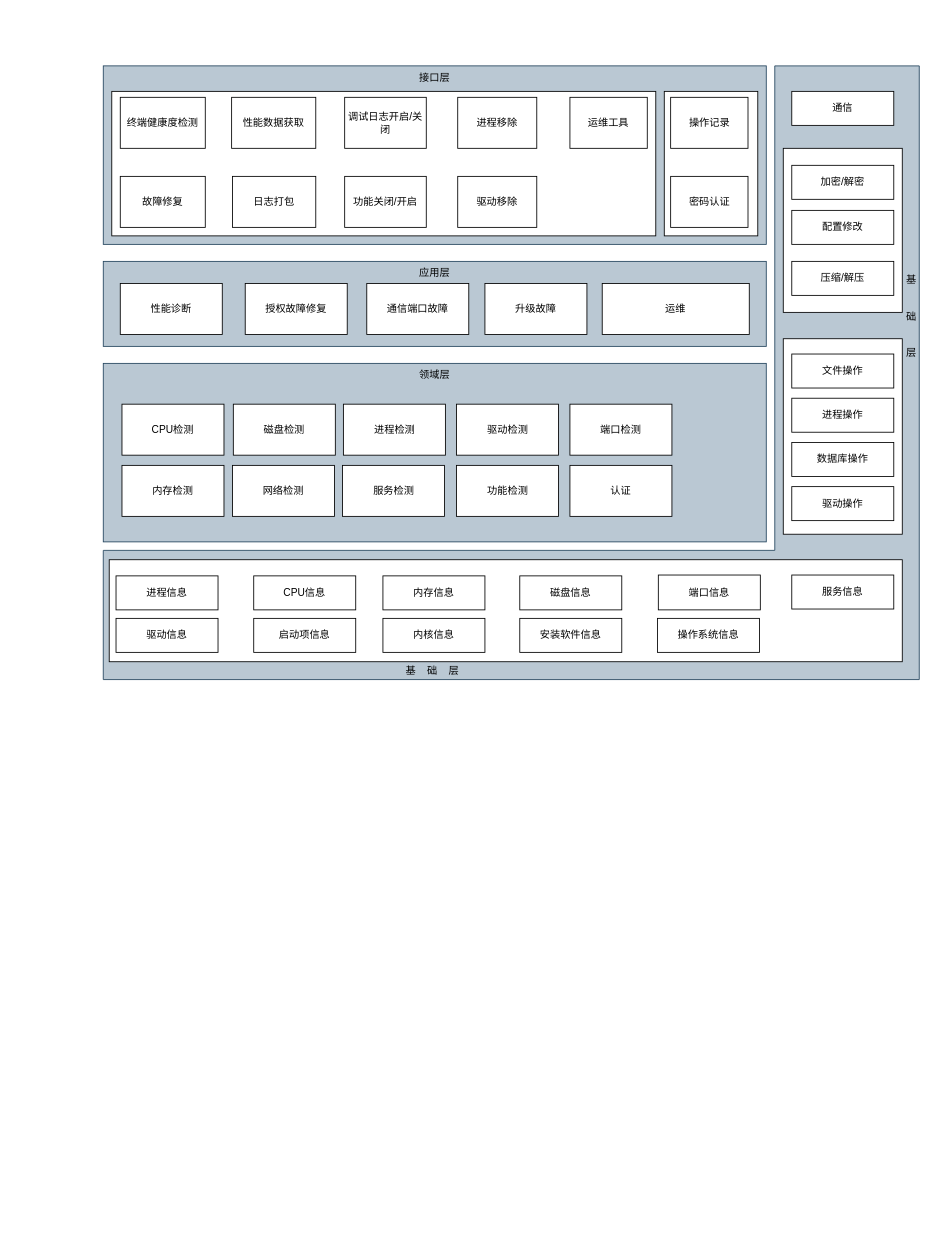
Above: 未命名绘图.drawio in KoterRomanov/UML (draw.io), before the change. Source tidied: cells renumbered, new cells numbered last; positions are measured from the earlier drawing's top-left corner, leaving out a move shared by most shapes. Both pictures are drawn from the tidied source at 85%, with x=0, y=0 at pixel (103, 65).
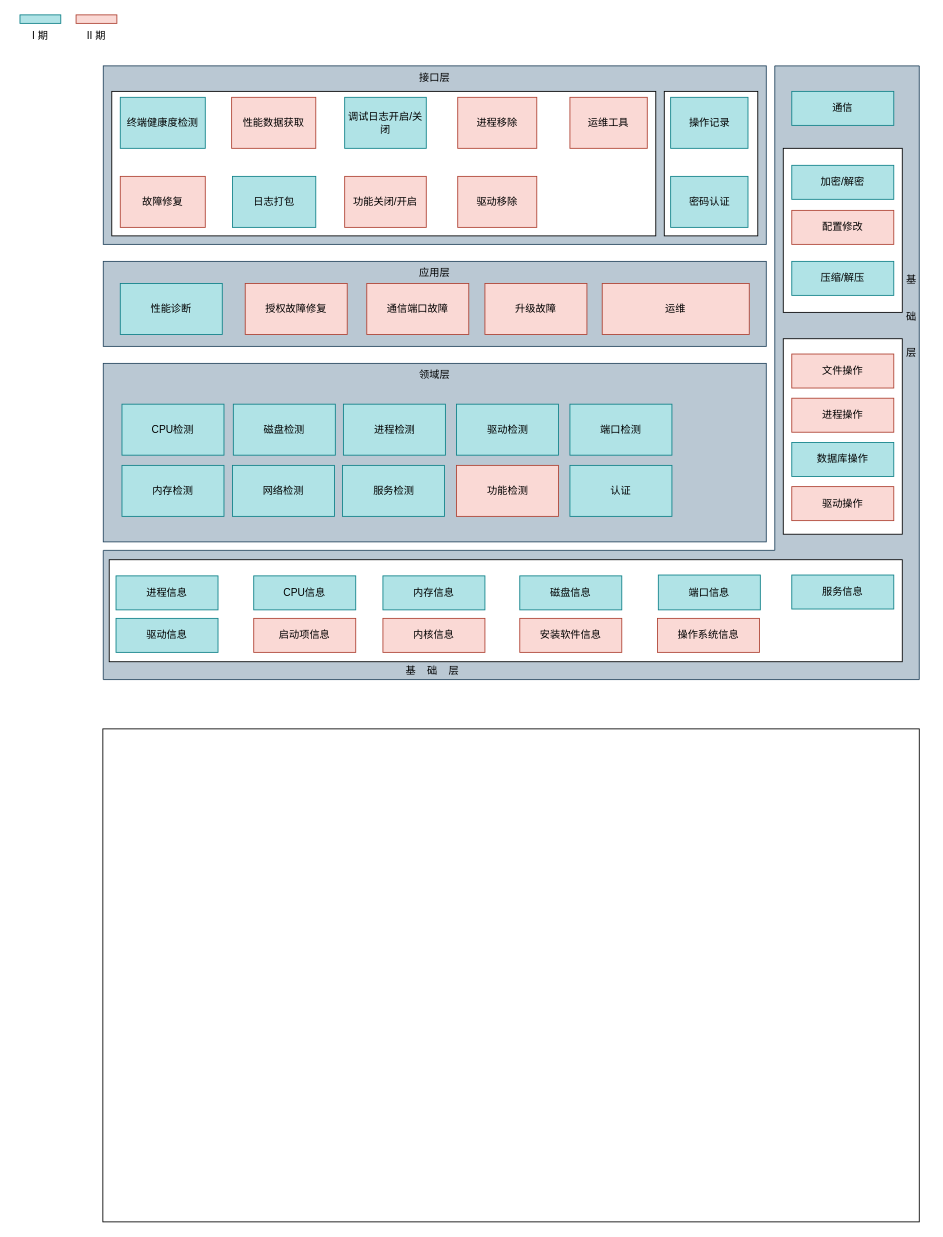
Above is the later version.

Commit message:
更新未命名绘图.drawio

The edit, as a diff of the source:
```diff
@@
-    <mxCell id="9" value="进程信息" style="rounded=0;whiteSpace=wrap;html=1;" parent="1" vertex="1">
+    <mxCell id="9" value="进程信息" style="rounded=0;whiteSpace=wrap;html=1;fillColor=#b0e3e6;strokeColor=#0e8088;" parent="1" vertex="1">
       <mxGeometry x="15" y="600" width="120" height="40" as="geometry" />
     </mxCell>
-    <mxCell id="10" value="CPU信息" style="rounded=0;whiteSpace=wrap;html=1;" parent="1" vertex="1">
+    <mxCell id="10" value="CPU信息" style="rounded=0;whiteSpace=wrap;html=1;fillColor=#b0e3e6;strokeColor=#0e8088;" parent="1" vertex="1">
       <mxGeometry x="177" y="600" width="120" height="40" as="geometry" />
     </mxCell>
-    <mxCell id="11" value="内存信息" style="rounded=0;whiteSpace=wrap;html=1;" parent="1" vertex="1">
+    <mxCell id="11" value="内存信息" style="rounded=0;whiteSpace=wrap;html=1;fillColor=#b0e3e6;strokeColor=#0e8088;" parent="1" vertex="1">
       <mxGeometry x="329" y="600" width="120" height="40" as="geometry" />
     </mxCell>
-    <mxCell id="12" value="磁盘信息" style="rounded=0;whiteSpace=wrap;html=1;" parent="1" vertex="1">
+    <mxCell id="12" value="磁盘信息" style="rounded=0;whiteSpace=wrap;html=1;fillColor=#b0e3e6;strokeColor=#0e8088;" parent="1" vertex="1">
       <mxGeometry x="490" y="600" width="120" height="40" as="geometry" />
     </mxCell>
-    <mxCell id="13" value="端口信息" style="rounded=0;whiteSpace=wrap;html=1;" parent="1" vertex="1">
+    <mxCell id="13" value="端口信息" style="rounded=0;whiteSpace=wrap;html=1;fillColor=#b0e3e6;strokeColor=#0e8088;" parent="1" vertex="1">
       <mxGeometry x="653" y="599" width="120" height="41" as="geometry" />
     </mxCell>
-    <mxCell id="14" value="驱动信息" style="rounded=0;whiteSpace=wrap;html=1;" parent="1" vertex="1">
+    <mxCell id="14" value="驱动信息" style="rounded=0;whiteSpace=wrap;html=1;fillColor=#b0e3e6;strokeColor=#0e8088;" parent="1" vertex="1">
       <mxGeometry x="15" y="650" width="120" height="40" as="geometry" />
     </mxCell>
-    <mxCell id="15" value="启动项信息" style="rounded=0;whiteSpace=wrap;html=1;" parent="1" vertex="1">
+    <mxCell id="15" value="启动项信息" style="rounded=0;whiteSpace=wrap;html=1;fillColor=#fad9d5;strokeColor=#ae4132;" parent="1" vertex="1">
       <mxGeometry x="177" y="650" width="120" height="40" as="geometry" />
     </mxCell>
-    <mxCell id="16" value="内核信息" style="rounded=0;whiteSpace=wrap;html=1;" parent="1" vertex="1">
+    <mxCell id="16" value="内核信息" style="rounded=0;whiteSpace=wrap;html=1;fillColor=#fad9d5;strokeColor=#ae4132;" parent="1" vertex="1">
       <mxGeometry x="329" y="650" width="120" height="40" as="geometry" />
     </mxCell>
-    <mxCell id="17" value="安装软件信息" style="rounded=0;whiteSpace=wrap;html=1;" parent="1" vertex="1">
+    <mxCell id="17" value="安装软件信息" style="rounded=0;whiteSpace=wrap;html=1;fillColor=#fad9d5;strokeColor=#ae4132;" parent="1" vertex="1">
       <mxGeometry x="490" y="650" width="120" height="40" as="geometry" />
     </mxCell>
@@
-    <mxCell id="19" value="操作系统信息" style="rounded=0;whiteSpace=wrap;html=1;" parent="1" vertex="1">
+    <mxCell id="19" value="操作系统信息" style="rounded=0;whiteSpace=wrap;html=1;fillColor=#fad9d5;strokeColor=#ae4132;" parent="1" vertex="1">
       <mxGeometry x="652" y="650" width="120" height="40" as="geometry" />
     </mxCell>
-    <mxCell id="20" value="压缩/解压" style="rounded=0;whiteSpace=wrap;html=1;" parent="1" vertex="1">
+    <mxCell id="20" value="压缩/解压" style="rounded=0;whiteSpace=wrap;html=1;fillColor=#b0e3e6;strokeColor=#0e8088;" parent="1" vertex="1">
       <mxGeometry x="810" y="230" width="120" height="40" as="geometry" />
     </mxCell>
@@
-    <mxCell id="22" value="服务信息" style="rounded=0;whiteSpace=wrap;html=1;" parent="1" vertex="1">
+    <mxCell id="22" value="服务信息" style="rounded=0;whiteSpace=wrap;html=1;fillColor=#b0e3e6;strokeColor=#0e8088;" parent="1" vertex="1">
       <mxGeometry x="810" y="599" width="120" height="40" as="geometry" />
     </mxCell>
-    <mxCell id="23" value="进程操作" style="rounded=0;whiteSpace=wrap;html=1;" parent="1" vertex="1">
+    <mxCell id="23" value="进程操作" style="rounded=0;whiteSpace=wrap;html=1;fillColor=#fad9d5;strokeColor=#ae4132;" parent="1" vertex="1">
       <mxGeometry x="810" y="391" width="120" height="40" as="geometry" />
     </mxCell>
-    <mxCell id="24" value="配置修改" style="rounded=0;whiteSpace=wrap;html=1;" parent="1" vertex="1">
+    <mxCell id="24" value="配置修改" style="rounded=0;whiteSpace=wrap;html=1;fillColor=#fad9d5;strokeColor=#ae4132;" parent="1" vertex="1">
       <mxGeometry x="810" y="170" width="120" height="40" as="geometry" />
     </mxCell>
-    <mxCell id="25" value="驱动操作" style="rounded=0;whiteSpace=wrap;html=1;" parent="1" vertex="1">
+    <mxCell id="25" value="驱动操作" style="rounded=0;whiteSpace=wrap;html=1;fillColor=#fad9d5;strokeColor=#ae4132;" parent="1" vertex="1">
       <mxGeometry x="810" y="495" width="120" height="40" as="geometry" />
     </mxCell>
-    <mxCell id="26" value="数据库操作" style="rounded=0;whiteSpace=wrap;html=1;" parent="1" vertex="1">
+    <mxCell id="26" value="数据库操作" style="rounded=0;whiteSpace=wrap;html=1;fillColor=#b0e3e6;strokeColor=#0e8088;" parent="1" vertex="1">
       <mxGeometry x="810" y="443" width="120" height="40" as="geometry" />
     </mxCell>
-    <mxCell id="27" value="加密/解密" style="rounded=0;whiteSpace=wrap;html=1;" parent="1" vertex="1">
+    <mxCell id="27" value="加密/解密" style="rounded=0;whiteSpace=wrap;html=1;fillColor=#b0e3e6;strokeColor=#0e8088;" parent="1" vertex="1">
       <mxGeometry x="810" y="117" width="120" height="40" as="geometry" />
     </mxCell>
-    <mxCell id="28" value="文件操作" style="rounded=0;whiteSpace=wrap;html=1;" parent="1" vertex="1">
+    <mxCell id="28" value="文件操作" style="rounded=0;whiteSpace=wrap;html=1;fillColor=#fad9d5;strokeColor=#ae4132;" parent="1" vertex="1">
       <mxGeometry x="810" y="339" width="120" height="40" as="geometry" />
     </mxCell>
-    <mxCell id="29" value="通信" style="rounded=0;whiteSpace=wrap;html=1;" parent="1" vertex="1">
+    <mxCell id="29" value="通信" style="rounded=0;whiteSpace=wrap;html=1;fillColor=#b0e3e6;strokeColor=#0e8088;" parent="1" vertex="1">
       <mxGeometry x="810" y="30" width="120" height="40" as="geometry" />
     </mxCell>
@@
-    <mxCell id="31" value="终端健康度检测" style="rounded=0;whiteSpace=wrap;html=1;" parent="1" vertex="1">
+    <mxCell id="31" value="终端健康度检测" style="rounded=0;whiteSpace=wrap;html=1;fillColor=#b0e3e6;strokeColor=#0e8088;" parent="1" vertex="1">
       <mxGeometry x="20" y="37" width="100" height="60" as="geometry" />
     </mxCell>
-    <mxCell id="32" value="故障修复" style="rounded=0;whiteSpace=wrap;html=1;" parent="1" vertex="1">
+    <mxCell id="32" value="故障修复" style="rounded=0;whiteSpace=wrap;html=1;fillColor=#fad9d5;strokeColor=#ae4132;" parent="1" vertex="1">
       <mxGeometry x="20" y="130" width="100" height="60" as="geometry" />
     </mxCell>
-    <mxCell id="33" value="性能数据获取" style="rounded=0;whiteSpace=wrap;html=1;" parent="1" vertex="1">
+    <mxCell id="33" value="性能数据获取" style="rounded=0;whiteSpace=wrap;html=1;fillColor=#fad9d5;strokeColor=#ae4132;" parent="1" vertex="1">
       <mxGeometry x="151" y="37" width="99" height="60" as="geometry" />
     </mxCell>
-    <mxCell id="34" value="日志打包" style="rounded=0;whiteSpace=wrap;html=1;" parent="1" vertex="1">
+    <mxCell id="34" value="日志打包" style="rounded=0;whiteSpace=wrap;html=1;fillColor=#b0e3e6;strokeColor=#0e8088;" parent="1" vertex="1">
       <mxGeometry x="152" y="130" width="98" height="60" as="geometry" />
     </mxCell>
-    <mxCell id="35" value="调试日志开启/关闭" style="rounded=0;whiteSpace=wrap;html=1;" parent="1" vertex="1">
+    <mxCell id="35" value="调试日志开启/关闭" style="rounded=0;whiteSpace=wrap;html=1;fillColor=#b0e3e6;strokeColor=#0e8088;" parent="1" vertex="1">
       <mxGeometry x="284" y="37" width="96" height="60" as="geometry" />
     </mxCell>
-    <mxCell id="36" value="功能关闭/开启" style="rounded=0;whiteSpace=wrap;html=1;" parent="1" vertex="1">
+    <mxCell id="36" value="功能关闭/开启" style="rounded=0;whiteSpace=wrap;html=1;fillColor=#fad9d5;strokeColor=#ae4132;" parent="1" vertex="1">
       <mxGeometry x="284" y="130" width="96" height="60" as="geometry" />
     </mxCell>
-    <mxCell id="37" value="进程移除" style="rounded=0;whiteSpace=wrap;html=1;" parent="1" vertex="1">
+    <mxCell id="37" value="进程移除" style="rounded=0;whiteSpace=wrap;html=1;fillColor=#fad9d5;strokeColor=#ae4132;" parent="1" vertex="1">
       <mxGeometry x="417" y="37" width="93" height="60" as="geometry" />
     </mxCell>
-    <mxCell id="38" value="驱动移除" style="rounded=0;whiteSpace=wrap;html=1;" parent="1" vertex="1">
+    <mxCell id="38" value="驱动移除" style="rounded=0;whiteSpace=wrap;html=1;fillColor=#fad9d5;strokeColor=#ae4132;" parent="1" vertex="1">
       <mxGeometry x="417" y="130" width="93" height="60" as="geometry" />
     </mxCell>
@@
-    <mxCell id="40" value="运维工具" style="rounded=0;whiteSpace=wrap;html=1;" parent="1" vertex="1">
+    <mxCell id="40" value="运维工具" style="rounded=0;whiteSpace=wrap;html=1;fillColor=#fad9d5;strokeColor=#ae4132;" parent="1" vertex="1">
       <mxGeometry x="549" y="37" width="91" height="60" as="geometry" />
     </mxCell>
-    <mxCell id="41" value="密码认证" style="rounded=0;whiteSpace=wrap;html=1;" parent="1" vertex="1">
+    <mxCell id="41" value="密码认证" style="rounded=0;whiteSpace=wrap;html=1;fillColor=#b0e3e6;strokeColor=#0e8088;" parent="1" vertex="1">
       <mxGeometry x="667.5" y="130" width="91" height="60" as="geometry" />
     </mxCell>
-    <mxCell id="42" value="操作记录" style="rounded=0;whiteSpace=wrap;html=1;" parent="1" vertex="1">
+    <mxCell id="42" value="操作记录" style="rounded=0;whiteSpace=wrap;html=1;fillColor=#b0e3e6;strokeColor=#0e8088;" parent="1" vertex="1">
       <mxGeometry x="667.5" y="37" width="91" height="60" as="geometry" />
     </mxCell>
-    <mxCell id="43" value="性能诊断" style="rounded=0;whiteSpace=wrap;html=1;" parent="1" vertex="1">
+    <mxCell id="43" value="性能诊断" style="rounded=0;whiteSpace=wrap;html=1;fillColor=#b0e3e6;strokeColor=#0e8088;" parent="1" vertex="1">
       <mxGeometry x="20" y="256" width="120" height="60" as="geometry" />
     </mxCell>
-    <mxCell id="44" value="CPU检测" style="rounded=0;whiteSpace=wrap;html=1;" parent="1" vertex="1">
+    <mxCell id="44" value="CPU检测" style="rounded=0;whiteSpace=wrap;html=1;fillColor=#b0e3e6;strokeColor=#0e8088;" parent="1" vertex="1">
       <mxGeometry x="22" y="398" width="120" height="60" as="geometry" />
     </mxCell>
-    <mxCell id="45" value="内存检测" style="rounded=0;whiteSpace=wrap;html=1;" parent="1" vertex="1">
+    <mxCell id="45" value="内存检测" style="rounded=0;whiteSpace=wrap;html=1;fillColor=#b0e3e6;strokeColor=#0e8088;" parent="1" vertex="1">
       <mxGeometry x="22" y="470" width="120" height="60" as="geometry" />
     </mxCell>
-    <mxCell id="46" value="磁盘检测" style="rounded=0;whiteSpace=wrap;html=1;" parent="1" vertex="1">
+    <mxCell id="46" value="磁盘检测" style="rounded=0;whiteSpace=wrap;html=1;fillColor=#b0e3e6;strokeColor=#0e8088;" parent="1" vertex="1">
       <mxGeometry x="153" y="398" width="120" height="60" as="geometry" />
     </mxCell>
-    <mxCell id="47" value="网络检测" style="rounded=0;whiteSpace=wrap;html=1;" parent="1" vertex="1">
+    <mxCell id="47" value="网络检测" style="rounded=0;whiteSpace=wrap;html=1;fillColor=#b0e3e6;strokeColor=#0e8088;" parent="1" vertex="1">
       <mxGeometry x="152" y="470" width="120" height="60" as="geometry" />
     </mxCell>
-    <mxCell id="48" value="进程检测" style="rounded=0;whiteSpace=wrap;html=1;" parent="1" vertex="1">
+    <mxCell id="48" value="进程检测" style="rounded=0;whiteSpace=wrap;html=1;fillColor=#b0e3e6;strokeColor=#0e8088;" parent="1" vertex="1">
       <mxGeometry x="282.5" y="398" width="120" height="60" as="geometry" />
     </mxCell>
-    <mxCell id="49" value="服务检测" style="rounded=0;whiteSpace=wrap;html=1;" parent="1" vertex="1">
+    <mxCell id="49" value="服务检测" style="rounded=0;whiteSpace=wrap;html=1;fillColor=#b0e3e6;strokeColor=#0e8088;" parent="1" vertex="1">
       <mxGeometry x="281.5" y="470" width="120" height="60" as="geometry" />
     </mxCell>
-    <mxCell id="50" value="驱动检测" style="rounded=0;whiteSpace=wrap;html=1;" parent="1" vertex="1">
+    <mxCell id="50" value="驱动检测" style="rounded=0;whiteSpace=wrap;html=1;fillColor=#b0e3e6;strokeColor=#0e8088;" parent="1" vertex="1">
       <mxGeometry x="415.5" y="398" width="120" height="60" as="geometry" />
     </mxCell>
-    <mxCell id="51" value="功能检测" style="rounded=0;whiteSpace=wrap;html=1;" parent="1" vertex="1">
+    <mxCell id="51" value="功能检测" style="rounded=0;whiteSpace=wrap;html=1;fillColor=#fad9d5;strokeColor=#ae4132;" parent="1" vertex="1">
       <mxGeometry x="415.5" y="470" width="120" height="60" as="geometry" />
     </mxCell>
-    <mxCell id="52" value="授权故障修复" style="rounded=0;whiteSpace=wrap;html=1;" parent="1" vertex="1">
+    <mxCell id="52" value="授权故障修复" style="rounded=0;whiteSpace=wrap;html=1;fillColor=#fad9d5;strokeColor=#ae4132;" parent="1" vertex="1">
       <mxGeometry x="167" y="256" width="120" height="60" as="geometry" />
     </mxCell>
-    <mxCell id="53" value="通信端口故障" style="rounded=0;whiteSpace=wrap;html=1;" parent="1" vertex="1">
+    <mxCell id="53" value="通信端口故障" style="rounded=0;whiteSpace=wrap;html=1;fillColor=#fad9d5;strokeColor=#ae4132;" parent="1" vertex="1">
       <mxGeometry x="310" y="256" width="120" height="60" as="geometry" />
     </mxCell>
-    <mxCell id="54" value="端口检测" style="rounded=0;whiteSpace=wrap;html=1;" parent="1" vertex="1">
+    <mxCell id="54" value="端口检测" style="rounded=0;whiteSpace=wrap;html=1;fillColor=#b0e3e6;strokeColor=#0e8088;" parent="1" vertex="1">
       <mxGeometry x="549" y="398" width="120" height="60" as="geometry" />
     </mxCell>
-    <mxCell id="55" value="升级故障" style="rounded=0;whiteSpace=wrap;html=1;" parent="1" vertex="1">
+    <mxCell id="55" value="升级故障" style="rounded=0;whiteSpace=wrap;html=1;fillColor=#fad9d5;strokeColor=#ae4132;" parent="1" vertex="1">
       <mxGeometry x="449" y="256" width="120" height="60" as="geometry" />
     </mxCell>
-    <mxCell id="56" value="运维" style="rounded=0;whiteSpace=wrap;html=1;" parent="1" vertex="1">
+    <mxCell id="56" value="运维" style="rounded=0;whiteSpace=wrap;html=1;fillColor=#fad9d5;strokeColor=#ae4132;" parent="1" vertex="1">
       <mxGeometry x="587" y="256" width="173" height="60" as="geometry" />
     </mxCell>
-    <mxCell id="57" value="认证" style="rounded=0;whiteSpace=wrap;html=1;" parent="1" vertex="1">
+    <mxCell id="57" value="认证" style="rounded=0;whiteSpace=wrap;html=1;fillColor=#b0e3e6;strokeColor=#0e8088;" parent="1" vertex="1">
       <mxGeometry x="549" y="470" width="120" height="60" as="geometry" />
     </mxCell>
+    <mxCell id="58" style="rounded=0;whiteSpace=wrap;html=1;" parent="1" vertex="1">
+      <mxGeometry x="-0.5" y="780" width="960.5" height="580" as="geometry" />
+    </mxCell>
+    <mxCell id="59" style="rounded=0;whiteSpace=wrap;html=1;fillColor=#b0e3e6;strokeColor=#0e8088;" parent="1" vertex="1">
+      <mxGeometry x="-98" y="-60" width="48" height="10" as="geometry" />
+    </mxCell>
+    <mxCell id="60" value="I 期" style="text;html=1;strokeColor=none;fillColor=none;align=center;verticalAlign=middle;whiteSpace=wrap;rounded=0;" parent="1" vertex="1">
+      <mxGeometry x="-104" y="-50" width="60" height="30" as="geometry" />
+    </mxCell>
+    <mxCell id="61" style="rounded=0;whiteSpace=wrap;html=1;fillColor=#fad9d5;strokeColor=#ae4132;" parent="1" vertex="1">
+      <mxGeometry x="-32" y="-60" width="48" height="10" as="geometry" />
+    </mxCell>
+    <mxCell id="62" value="II 期" style="text;html=1;strokeColor=none;fillColor=none;align=center;verticalAlign=middle;whiteSpace=wrap;rounded=0;" parent="1" vertex="1">
+      <mxGeometry x="-38" y="-50" width="60" height="30" as="geometry" />
+    </mxCell>
```
